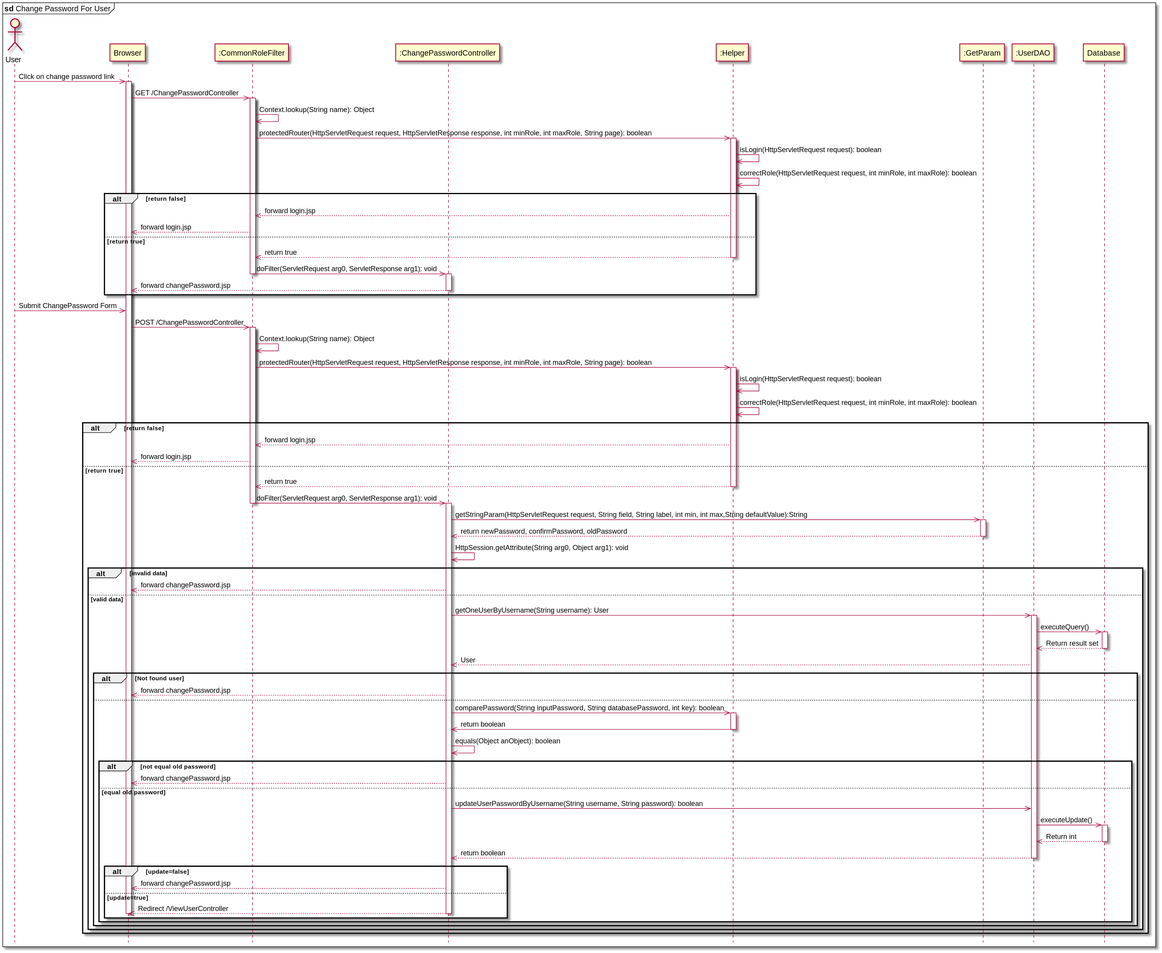
Earlier version of the PlantUML export data/sequence/changePassword.svg (tantruong2303/booking-hotel). Source of this version:
```plantuml
@startuml changePassword

hide footbox
mainframe <b>sd</b> Change Password For User
actor User
participant "Browser" as Browser
participant ":CommonRoleFilter" as CommonRoleFilter
participant ":ChangePasswordController" as ChangePasswordController
participant ":Helper" as Helper
participant ":GetParam" as GetParam
participant ":UserDAO" as UserDao
participant "Database" as DB

User ->> Browser: Click on change password link
activate Browser
Browser ->> CommonRoleFilter: GET /ChangePasswordController
activate CommonRoleFilter
CommonRoleFilter ->> CommonRoleFilter: Context.lookup(String name): Object
CommonRoleFilter ->> Helper: protectedRouter(HttpServletRequest request, HttpServletResponse response, int minRole, int maxRole, String page): boolean
activate Helper
Helper ->> Helper: isLogin(HttpServletRequest request): boolean
Helper ->> Helper: correctRole(HttpServletRequest request, int minRole, int maxRole): boolean
alt return false
    Helper -->> CommonRoleFilter: forward login.jsp
    CommonRoleFilter -->> Browser: forward login.jsp
else return true
    Helper -->> CommonRoleFilter: return true
    deactivate Helper
    CommonRoleFilter ->> ChangePasswordController: doFilter(ServletRequest arg0, ServletResponse arg1): void
    deactivate CommonRoleFilter
    activate ChangePasswordController
    ChangePasswordController -->> Browser: forward changePassword.jsp
    deactivate ChangePasswordController

end


User ->> Browser: Submit ChangePassword Form
Browser ->> CommonRoleFilter: POST /ChangePasswordController
activate CommonRoleFilter
CommonRoleFilter ->> CommonRoleFilter: Context.lookup(String name): Object
CommonRoleFilter ->> Helper: protectedRouter(HttpServletRequest request, HttpServletResponse response, int minRole, int maxRole, String page): boolean
activate Helper
Helper ->> Helper: isLogin(HttpServletRequest request): boolean
Helper ->> Helper: correctRole(HttpServletRequest request, int minRole, int maxRole): boolean
alt return false
    Helper -->> CommonRoleFilter: forward login.jsp
    CommonRoleFilter -->> Browser: forward login.jsp
else return true
    Helper -->> CommonRoleFilter: return true
    deactivate Helper
    CommonRoleFilter ->> ChangePasswordController: doFilter(ServletRequest arg0, ServletResponse arg1): void
    deactivate CommonRoleFilter
    activate ChangePasswordController
    ChangePasswordController ->> GetParam: getStringParam(HttpServletRequest request, String field, String label, int min, int max,String defaultValue):String
    activate GetParam
    GetParam --->> ChangePasswordController: return newPassword, confirmPassword, oldPassword
    deactivate GetParam
    ChangePasswordController ->> ChangePasswordController: HttpSession.getAttribute(String arg0, Object arg1): void
    alt invalid data
        ChangePasswordController -->> Browser: forward changePassword.jsp
    else valid data
        ChangePasswordController ->> UserDao: getOneUserByUsername(String username): User
        activate UserDao
        UserDao ->> DB: executeQuery()
        activate DB
        DB -->> UserDao: Return result set
        deactivate DB
        UserDao -->> ChangePasswordController: User
        alt Not found user
            ChangePasswordController -->> Browser: forward changePassword.jsp
        else
            ChangePasswordController ->> Helper:  comparePassword(String inputPassword, String databasePassword, int key): boolean
            activate Helper
            Helper   ->> ChangePasswordController:  return boolean
            deactivate Helper
            ChangePasswordController   ->> ChangePasswordController:   equals(Object anObject): boolean
            alt not equal old password
                ChangePasswordController -->> Browser: forward changePassword.jsp
            else equal old password
                ChangePasswordController ->> UserDao:  updateUserPasswordByUsername(String username, String password): boolean
                UserDao ->> DB: executeUpdate()
                activate DB
                DB -->> UserDao: Return int
                deactivate DB
                UserDao -->> ChangePasswordController: return boolean
                deactivate UserDao
                alt update=false
                    ChangePasswordController -->> Browser: forward changePassword.jsp
                else  update=true
                    ChangePasswordController -->> Browser: Redirect /ViewUserController
                    deactivate ChangePasswordController
                    deactivate Browser
                end
            end
        end
    end
end
@enduml
```
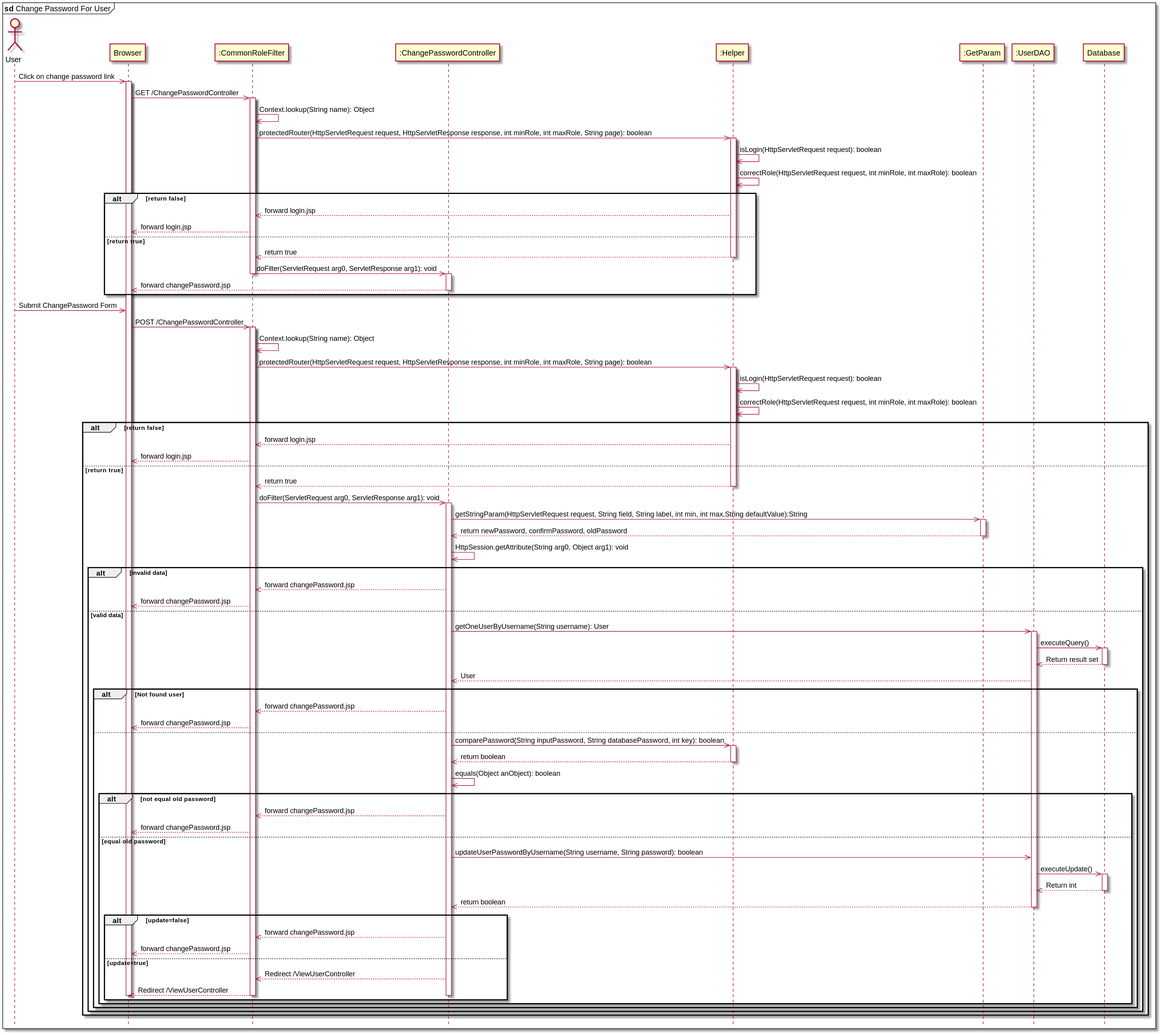
The same diagram one commit later.

Diff of the diagram source:
```diff
@@ -50,7 +50,6 @@
     Helper -->> CommonRoleFilter: return true
     deactivate Helper
     CommonRoleFilter ->> ChangePasswordController: doFilter(ServletRequest arg0, ServletResponse arg1): void
-    deactivate CommonRoleFilter
     activate ChangePasswordController
     ChangePasswordController ->> GetParam: getStringParam(HttpServletRequest request, String field, String label, int min, int max,String defaultValue):String
     activate GetParam
@@ -58,7 +57,8 @@
     deactivate GetParam
     ChangePasswordController ->> ChangePasswordController: HttpSession.getAttribute(String arg0, Object arg1): void
     alt invalid data
-        ChangePasswordController -->> Browser: forward changePassword.jsp
+        ChangePasswordController -->> CommonRoleFilter: forward changePassword.jsp
+        CommonRoleFilter -->> Browser: forward changePassword.jsp
     else valid data
         ChangePasswordController ->> UserDao: getOneUserByUsername(String username): User
         activate UserDao
@@ -68,15 +68,17 @@
         deactivate DB
         UserDao -->> ChangePasswordController: User
         alt Not found user
-            ChangePasswordController -->> Browser: forward changePassword.jsp
+            ChangePasswordController -->> CommonRoleFilter: forward changePassword.jsp
+            CommonRoleFilter -->> Browser: forward changePassword.jsp
         else
             ChangePasswordController ->> Helper:  comparePassword(String inputPassword, String databasePassword, int key): boolean
             activate Helper
-            Helper   ->> ChangePasswordController:  return boolean
+            Helper   -->> ChangePasswordController:  return boolean
             deactivate Helper
             ChangePasswordController   ->> ChangePasswordController:   equals(Object anObject): boolean
             alt not equal old password
-                ChangePasswordController -->> Browser: forward changePassword.jsp
+                ChangePasswordController -->> CommonRoleFilter: forward changePassword.jsp
+                CommonRoleFilter -->> Browser: forward changePassword.jsp
             else equal old password
                 ChangePasswordController ->> UserDao:  updateUserPasswordByUsername(String username, String password): boolean
                 UserDao ->> DB: executeUpdate()
@@ -86,9 +88,12 @@
                 UserDao -->> ChangePasswordController: return boolean
                 deactivate UserDao
                 alt update=false
-                    ChangePasswordController -->> Browser: forward changePassword.jsp
+                    ChangePasswordController -->> CommonRoleFilter: forward changePassword.jsp
+                    CommonRoleFilter -->> Browser: forward changePassword.jsp
                 else  update=true
-                    ChangePasswordController -->> Browser: Redirect /ViewUserController
+                    ChangePasswordController -->> CommonRoleFilter: Redirect /ViewUserController
+                    CommonRoleFilter -->> Browser: Redirect /ViewUserController
+                    deactivate CommonRoleFilter
                     deactivate ChangePasswordController
                     deactivate Browser
                 end
```
